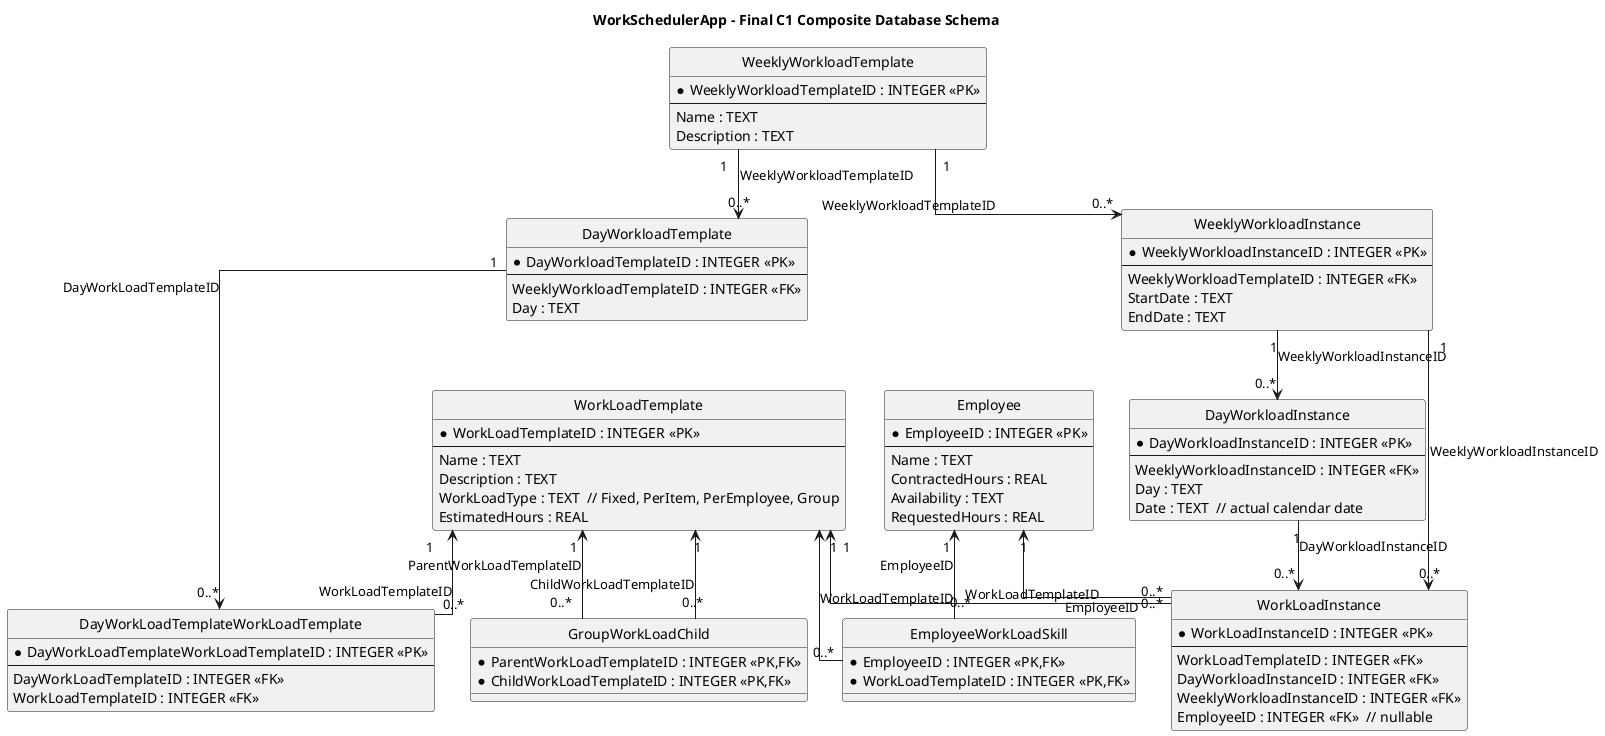
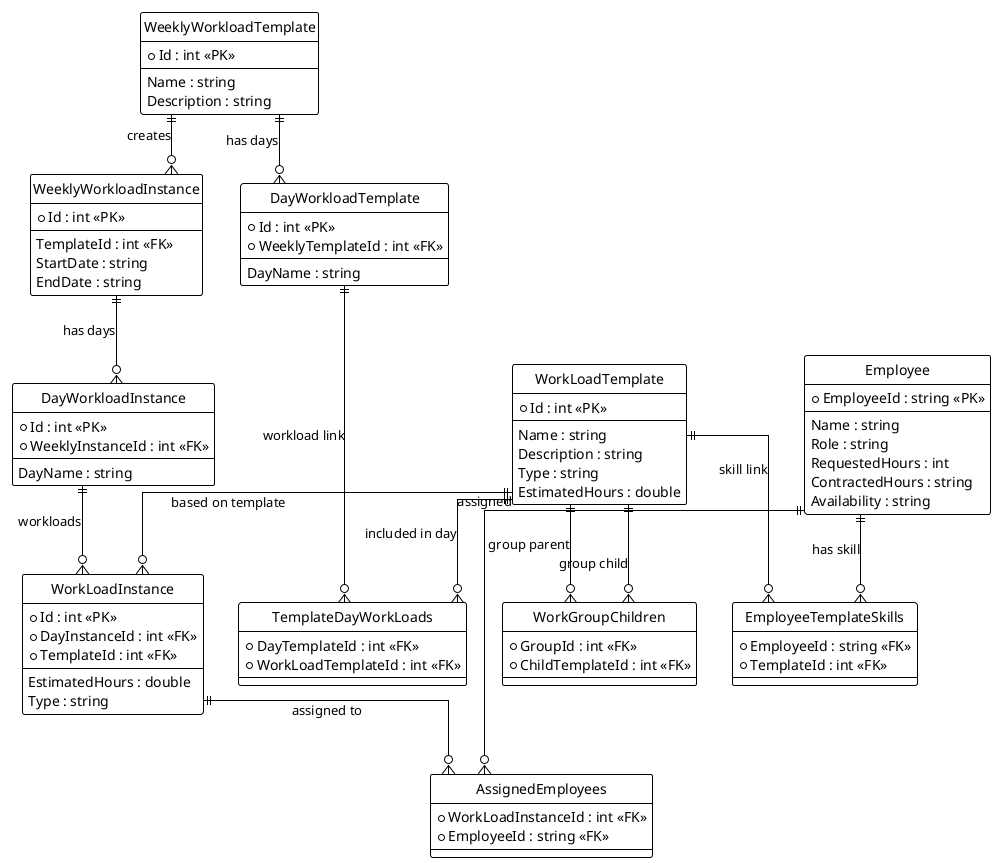
﻿@startuml
+ !theme plain
+ hide circle
skinparam linetype ortho
- hide circle

- title WorkSchedulerApp - Final C1 Composite Database Schema
- 
- entity "WorkLoadTemplate" as WLT {
-     * WorkLoadTemplateID : INTEGER <<PK>>
+ entity Employee {
+     * EmployeeId : string <<PK>>
    --
-     Name : TEXT
-     Description : TEXT
-     WorkLoadType : TEXT  // Fixed, PerItem, PerEmployee, Group
-     EstimatedHours : REAL
+     Name : string
+     Role : string
+     RequestedHours : int
+     ContractedHours : string
+     Availability : string
}

- entity "GroupWorkLoadChild" as GWC {
-     * ParentWorkLoadTemplateID : INTEGER <<PK,FK>>
-     * ChildWorkLoadTemplateID : INTEGER <<PK,FK>>
+ entity WorkLoadTemplate {
+     * Id : int <<PK>>
+     --
+     Name : string
+     Description : string
+     Type : string
+     EstimatedHours : double
}

- entity "Employee" as EMP {
-     * EmployeeID : INTEGER <<PK>>
+ entity WeeklyWorkloadTemplate {
+     * Id : int <<PK>>
    --
-     Name : TEXT
-     ContractedHours : REAL
-     Availability : TEXT
-     RequestedHours : REAL
+     Name : string
+     Description : string
}

- entity "EmployeeWorkLoadSkill" as EWS {
-     * EmployeeID : INTEGER <<PK,FK>>
-     * WorkLoadTemplateID : INTEGER <<PK,FK>>
+ entity DayWorkloadTemplate {
+     * Id : int <<PK>>
+     * WeeklyTemplateId : int <<FK>>
+     --
+     DayName : string
}

- entity "WeeklyWorkloadTemplate" as WWT {
-     * WeeklyWorkloadTemplateID : INTEGER <<PK>>
-     --
-     Name : TEXT
-     Description : TEXT
+ entity TemplateDayWorkLoads {
+     * DayTemplateId : int <<FK>>
+     * WorkLoadTemplateId : int <<FK>>
}

- entity "DayWorkloadTemplate" as DWT {
-     * DayWorkloadTemplateID : INTEGER <<PK>>
-     --
-     WeeklyWorkloadTemplateID : INTEGER <<FK>>
-     Day : TEXT
+ entity WorkGroupChildren {
+     * GroupId : int <<FK>>
+     * ChildTemplateId : int <<FK>>
}

- entity "DayWorkLoadTemplateWorkLoadTemplate" as DWTWLT {
-     * DayWorkLoadTemplateWorkLoadTemplateID : INTEGER <<PK>>
-     --
-     DayWorkLoadTemplateID : INTEGER <<FK>>
-     WorkLoadTemplateID : INTEGER <<FK>>
+ entity EmployeeTemplateSkills {
+     * EmployeeId : string <<FK>>
+     * TemplateId : int <<FK>>
}

- entity "WeeklyWorkloadInstance" as WWI {
-     * WeeklyWorkloadInstanceID : INTEGER <<PK>>
+ entity WeeklyWorkloadInstance {
+     * Id : int <<PK>>
    --
-     WeeklyWorkloadTemplateID : INTEGER <<FK>>
-     StartDate : TEXT
-     EndDate : TEXT
+     TemplateId : int <<FK>>
+     StartDate : string
+     EndDate : string
}

- entity "DayWorkloadInstance" as DWI {
-     * DayWorkloadInstanceID : INTEGER <<PK>>
+ entity DayWorkloadInstance {
+     * Id : int <<PK>>
+     * WeeklyInstanceId : int <<FK>>
    --
-     WeeklyWorkloadInstanceID : INTEGER <<FK>>
-     Day : TEXT
-     Date : TEXT  // actual calendar date
+     DayName : string
}

- entity "WorkLoadInstance" as WLI {
-     * WorkLoadInstanceID : INTEGER <<PK>>
+ entity WorkLoadInstance {
+     * Id : int <<PK>>
+     * DayInstanceId : int <<FK>>
+     * TemplateId : int <<FK>>
    --
-     WorkLoadTemplateID : INTEGER <<FK>>
-     DayWorkloadInstanceID : INTEGER <<FK>>
-     WeeklyWorkloadInstanceID : INTEGER <<FK>>
-     EmployeeID : INTEGER <<FK>>  // nullable
+     EstimatedHours : double
+     Type : string
}

- ' -----------------------
- '   RELATIONSHIPS
- ' -----------------------
+ entity AssignedEmployees {
+     * WorkLoadInstanceId : int <<FK>>
+     * EmployeeId : string <<FK>>
+ }

- ' Composite groups
- WLT "1" <-- "0..*" GWC : ParentWorkLoadTemplateID
- WLT "1" <-- "0..*" GWC : ChildWorkLoadTemplateID
+ ' ============================
+ '      RELATIONSHIPS
+ ' ============================

- ' Skills
- EMP "1" <-- "0..*" EWS : EmployeeID
- WLT "1" <-- "0..*" EWS : WorkLoadTemplateID
+ Employee ||--o{ EmployeeTemplateSkills : has skill
+ WorkLoadTemplate ||--o{ EmployeeTemplateSkills : skill link

- ' Weekly templates and day templates
- WWT "1" --> "0..*" DWT : WeeklyWorkloadTemplateID
+ WeeklyWorkloadTemplate ||--o{ DayWorkloadTemplate : has days
+ DayWorkloadTemplate ||--o{ TemplateDayWorkLoads : workload link
+ WorkLoadTemplate ||--o{ TemplateDayWorkLoads : included in day

- ' Day template workload assignments
- DWT "1" --> "0..*" DWTWLT : DayWorkLoadTemplateID
- WLT "1" <-- "0..*" DWTWLT : WorkLoadTemplateID
+ WorkLoadTemplate ||--o{ WorkGroupChildren : group parent
+ WorkLoadTemplate ||--o{ WorkGroupChildren : group child

- ' Weekly instances
- WWT "1" --> "0..*" WWI : WeeklyWorkloadTemplateID
+ WeeklyWorkloadTemplate ||--o{ WeeklyWorkloadInstance : creates
+ WeeklyWorkloadInstance ||--o{ DayWorkloadInstance : has days
+ DayWorkloadInstance ||--o{ WorkLoadInstance : workloads

- ' Day instances (cloned from DWT)
- WWI "1" --> "0..*" DWI : WeeklyWorkloadInstanceID
+ WorkLoadTemplate ||--o{ WorkLoadInstance : based on template

- ' Workload instances (cloned and expanded leaves)
- WLT "1" <-- "0..*" WLI : WorkLoadTemplateID
- DWI "1" --> "0..*" WLI : DayWorkloadInstanceID
- WWI "1" --> "0..*" WLI : WeeklyWorkloadInstanceID
- 
- ' Workload instance assignment
- EMP "1" <-- "0..*" WLI : EmployeeID
+ WorkLoadInstance ||--o{ AssignedEmployees : assigned to
+ Employee ||--o{ AssignedEmployees : assigned

@enduml
